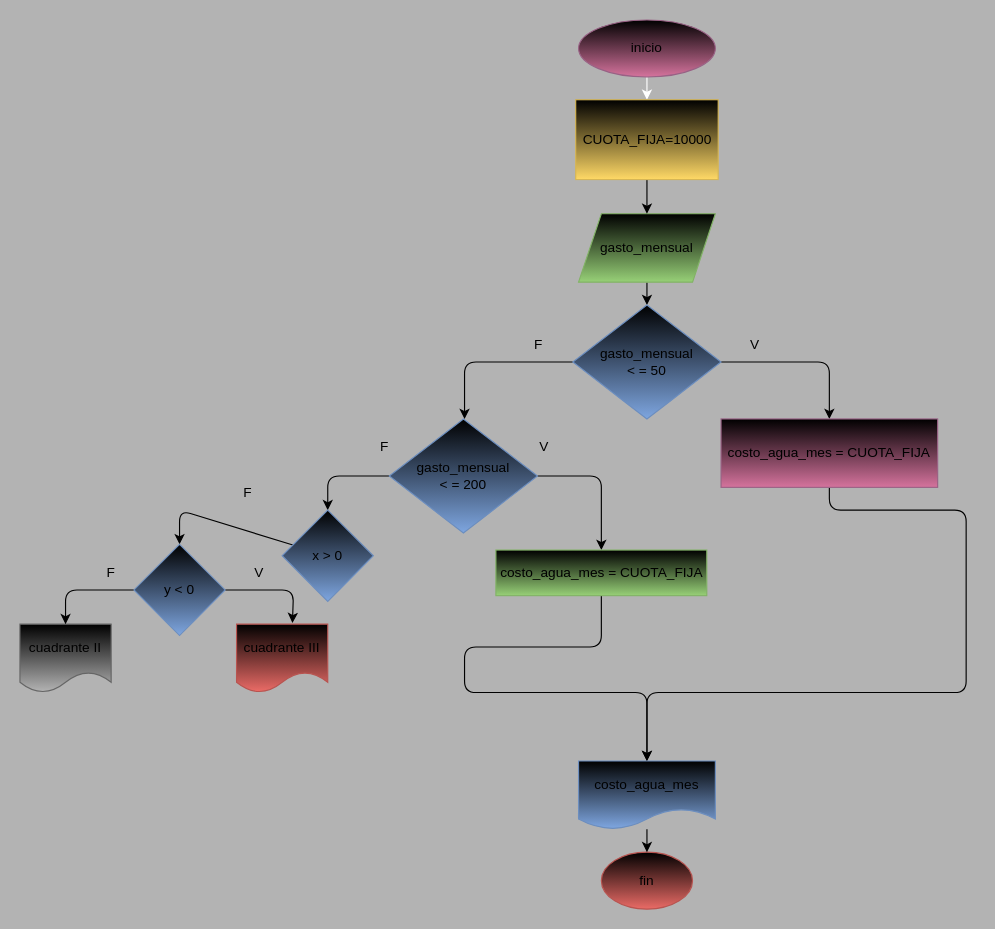
Before: ejercicio_5/diagrama.drawio in GeorginaCarvajal/taller_condicionales, a draw.io diagram. Source tidied: cells renumbered, new cells numbered last; positions are measured from the earlier drawing's top-left corner, leaving out a move shared by most shapes. Both pictures are drawn from the tidied source at 114%, with x=0, y=0 at pixel (19, 19).
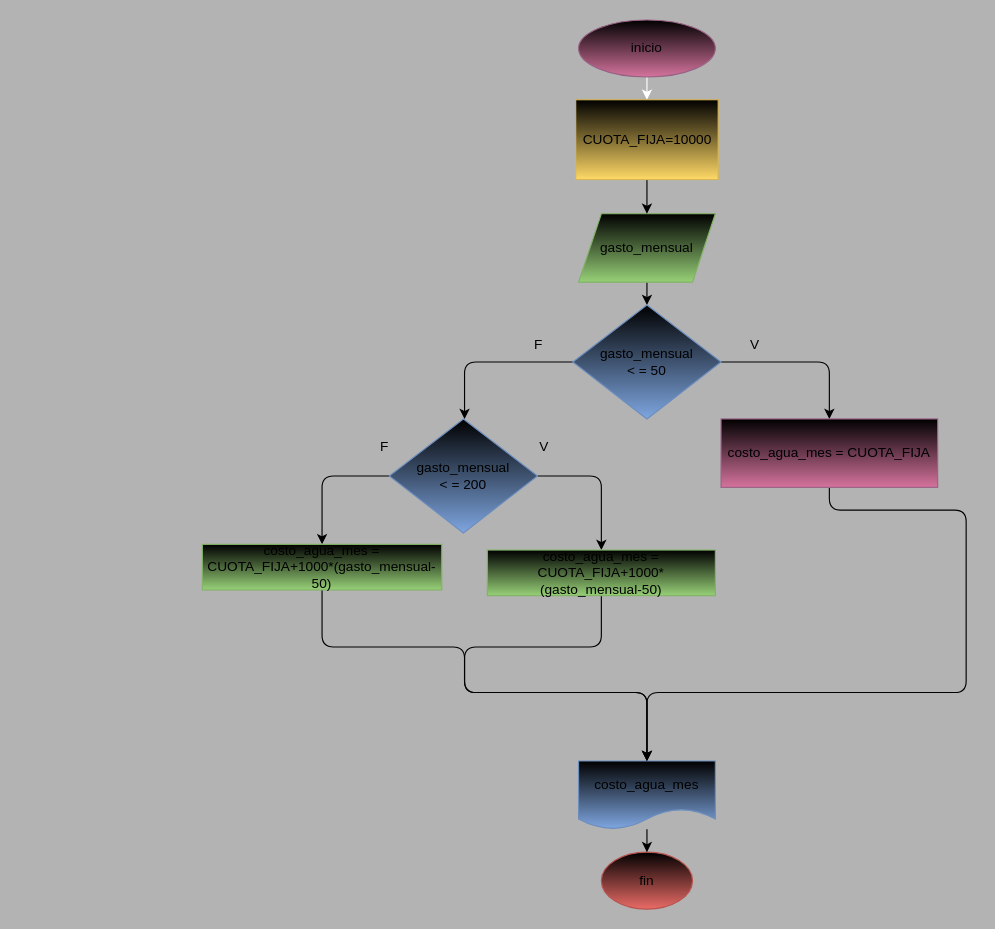
Above is the later version.

Commit message (it also covers changes not shown here):
se modifico el programa

Unchanged cells that the change refers to:
```xml
<mxCell id="33" value="gasto_mensual &lt;br&gt;&amp;lt; = 200" style="rhombus;whiteSpace=wrap;html=1;fillColor=#000000;gradientColor=#7ea6e0;strokeColor=#6c8ebf;" parent="1" vertex="1">
  <mxGeometry x="324" y="350" width="130" height="100" as="geometry" />
</mxCell>
```

Diff of the diagram source:
```diff
@@
-    <mxCell id="11" style="edgeStyle=none;html=1;exitX=0;exitY=0.5;exitDx=0;exitDy=0;entryX=0.5;entryY=0;entryDx=0;entryDy=0;" parent="1" edge="1" source="33" target="20">
+    <mxCell id="11" style="edgeStyle=none;html=1;exitX=0;exitY=0.5;exitDx=0;exitDy=0;entryX=0.5;entryY=0;entryDx=0;entryDy=0;" parent="1" edge="1" source="33" target="38">
       <mxGeometry relative="1" as="geometry">
         <Array as="points">
-          <mxPoint x="270" y="400" />
+          <mxPoint x="265" y="400" />
         </Array>
       </mxGeometry>
     </mxCell>
@@
-    <mxCell id="15" value="cuadrante III" style="shape=document;whiteSpace=wrap;html=1;boundedLbl=1;fillColor=#000000;gradientColor=#ea6b66;strokeColor=#b85450;" parent="1" vertex="1">
-      <mxGeometry x="190" y="530" width="80" height="60" as="geometry" />
-    </mxCell>
@@
-    <mxCell id="19" style="edgeStyle=none;html=1;entryX=0.5;entryY=0;entryDx=0;entryDy=0;" parent="1" edge="1" source="20" target="26">
-      <mxGeometry relative="1" as="geometry">
-        <Array as="points">
-          <mxPoint x="140" y="430" />
-        </Array>
-      </mxGeometry>
-    </mxCell>
-    <mxCell id="20" value="x &amp;gt; 0" style="rhombus;whiteSpace=wrap;html=1;fillColor=#000000;gradientColor=#7ea6e0;strokeColor=#6c8ebf;" parent="1" vertex="1">
-      <mxGeometry x="230" y="430" width="80" height="80" as="geometry" />
-    </mxCell>
@@
-    <mxCell id="23" value="cuadrante II" style="shape=document;whiteSpace=wrap;html=1;boundedLbl=1;fillColor=#000000;gradientColor=#b3b3b3;strokeColor=#666666;" parent="1" vertex="1">
-      <mxGeometry y="530" width="80" height="60" as="geometry" />
-    </mxCell>
-    <mxCell id="24" style="edgeStyle=none;html=1;entryX=0.613;entryY=-0.017;entryDx=0;entryDy=0;entryPerimeter=0;" parent="1" edge="1" source="26" target="15">
-      <mxGeometry relative="1" as="geometry">
-        <Array as="points">
-          <mxPoint x="240" y="500" />
-        </Array>
-      </mxGeometry>
-    </mxCell>
-    <mxCell id="25" style="edgeStyle=none;html=1;entryX=0.5;entryY=0;entryDx=0;entryDy=0;" parent="1" edge="1" source="26" target="23">
-      <mxGeometry relative="1" as="geometry">
-        <Array as="points">
-          <mxPoint x="40" y="500" />
-        </Array>
-      </mxGeometry>
-    </mxCell>
-    <mxCell id="26" value="y &amp;lt; 0" style="rhombus;whiteSpace=wrap;html=1;fillColor=#000000;gradientColor=#7ea6e0;strokeColor=#6c8ebf;" parent="1" vertex="1">
-      <mxGeometry x="100" y="460" width="80" height="80" as="geometry" />
-    </mxCell>
-    <mxCell id="27" value="F" style="text;strokeColor=none;align=center;fillColor=none;html=1;verticalAlign=middle;whiteSpace=wrap;rounded=0;" parent="1" vertex="1">
-      <mxGeometry x="170" y="400" width="60" height="30" as="geometry" />
-    </mxCell>
@@
-    <mxCell id="29" value="F" style="text;strokeColor=none;align=center;fillColor=none;html=1;verticalAlign=middle;whiteSpace=wrap;rounded=0;" parent="1" vertex="1">
-      <mxGeometry x="50" y="470" width="60" height="30" as="geometry" />
-    </mxCell>
-    <mxCell id="30" value="V" style="text;strokeColor=none;align=center;fillColor=none;html=1;verticalAlign=middle;whiteSpace=wrap;rounded=0;" parent="1" vertex="1">
-      <mxGeometry x="180" y="470" width="60" height="30" as="geometry" />
-    </mxCell>
@@
-    <mxCell id="36" value="costo_agua_mes = CUOTA_FIJA" style="whiteSpace=wrap;html=1;fillColor=#000000;gradientColor=#97d077;strokeColor=#82b366;" parent="1" vertex="1">
-      <mxGeometry x="417.5" y="465" width="185" height="40" as="geometry" />
+    <mxCell id="36" value="costo_agua_mes = CUOTA_FIJA+1000*(gasto_mensual-50)" style="whiteSpace=wrap;html=1;fillColor=#000000;gradientColor=#97d077;strokeColor=#82b366;" parent="1" vertex="1">
+      <mxGeometry x="410" y="465" width="200" height="40" as="geometry" />
     </mxCell>
+    <mxCell id="37" style="edgeStyle=none;html=1;exitX=0.5;exitY=1;exitDx=0;exitDy=0;" parent="1" edge="1" source="38">
+      <mxGeometry relative="1" as="geometry">
+        <mxPoint x="550" y="650" as="targetPoint" />
+        <Array as="points">
+          <mxPoint x="265" y="550" />
+          <mxPoint x="390" y="550" />
+          <mxPoint x="390" y="590" />
+          <mxPoint x="550" y="590" />
+        </Array>
+      </mxGeometry>
+    </mxCell>
+    <mxCell id="38" value="costo_agua_mes = CUOTA_FIJA+1000*(gasto_mensual-50)" style="whiteSpace=wrap;html=1;fillColor=#000000;gradientColor=#97d077;strokeColor=#82b366;" parent="1" vertex="1">
+      <mxGeometry x="160" y="460" width="210" height="40" as="geometry" />
+    </mxCell>
```
